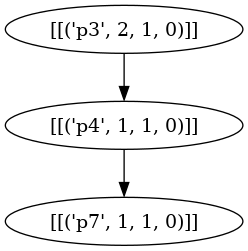
Above: task_network.png in XushengLuo92/Hierarchical-LTL (Graphviz), before the change. Its source is kept beside it as task_network.dot.
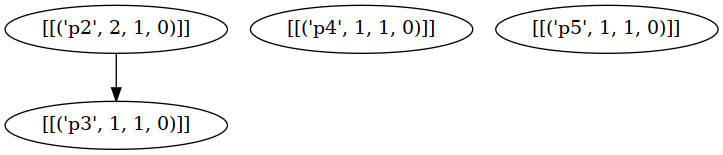
The same file after the commit.

Commit message:
handle navigation task

Diff of the diagram source:
```diff
@@ -1,8 +1,9 @@
 strict digraph "" {
+	graph [task=Man];
 	node [label="\N"];
-	"('p0', 2)"	[label="[[('p7', 1, 1, 0)]]"];
-	"('p100', 2)"	[label="[[('p4', 1, 1, 0)]]"];
-	"('p100', 2)" -> "('p0', 2)";
-	"('p200', 1)"	[label="[[('p3', 2, 1, 0)]]"];
-	"('p200', 1)" -> "('p100', 2)";
+	"('p100', 1)"	[label="[[('p2', 2, 1, 0)]]"];
+	"('p100', 2)"	[label="[[('p3', 1, 1, 0)]]"];
+	"('p100', 1)" -> "('p100', 2)";
+	"('p200', 1)"	[label="[[('p4', 1, 1, 0)]]"];
+	"('p300', 1)"	[label="[[('p5', 1, 1, 0)]]"];
 }
```
